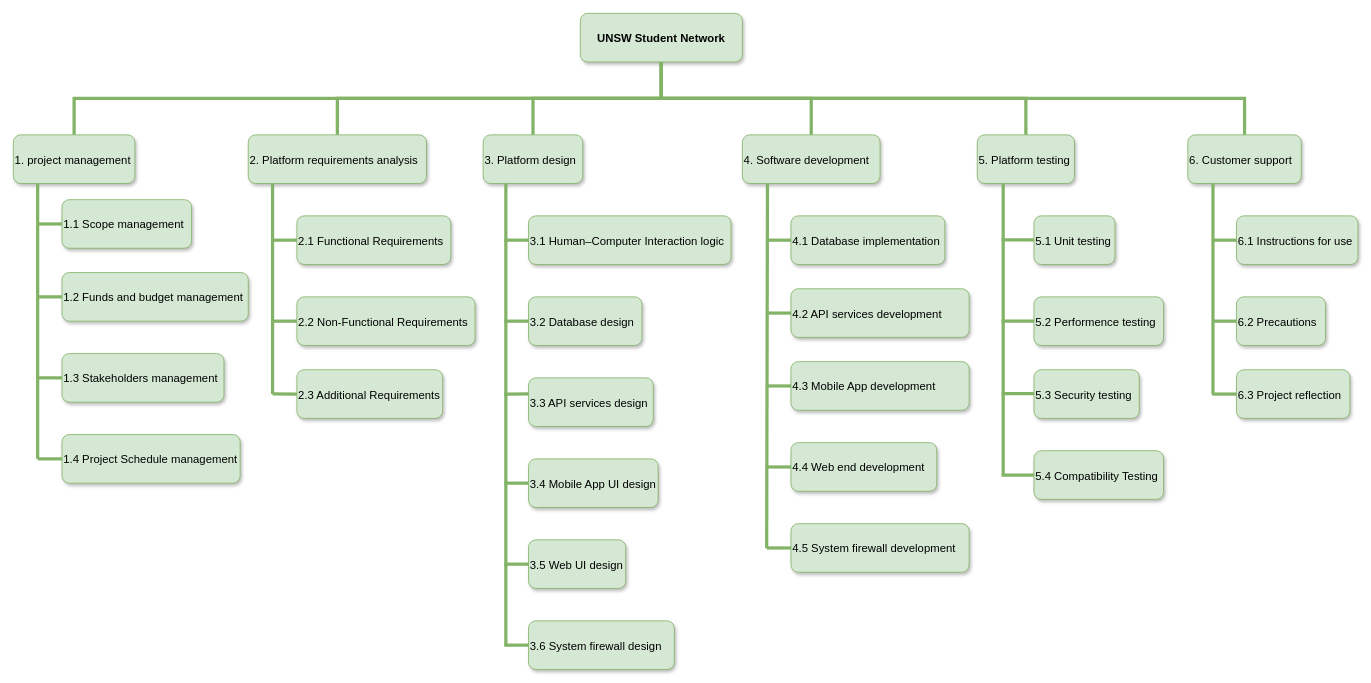
Before: 未命名绘图.drawio in zhangnailiang/ER, a draw.io diagram. Source tidied: cells renumbered, new cells numbered last; positions are measured from the earlier drawing's top-left corner, leaving out a move shared by most shapes. Both pictures are drawn from the tidied source at 81%, with x=0, y=0 at pixel (13, 13).
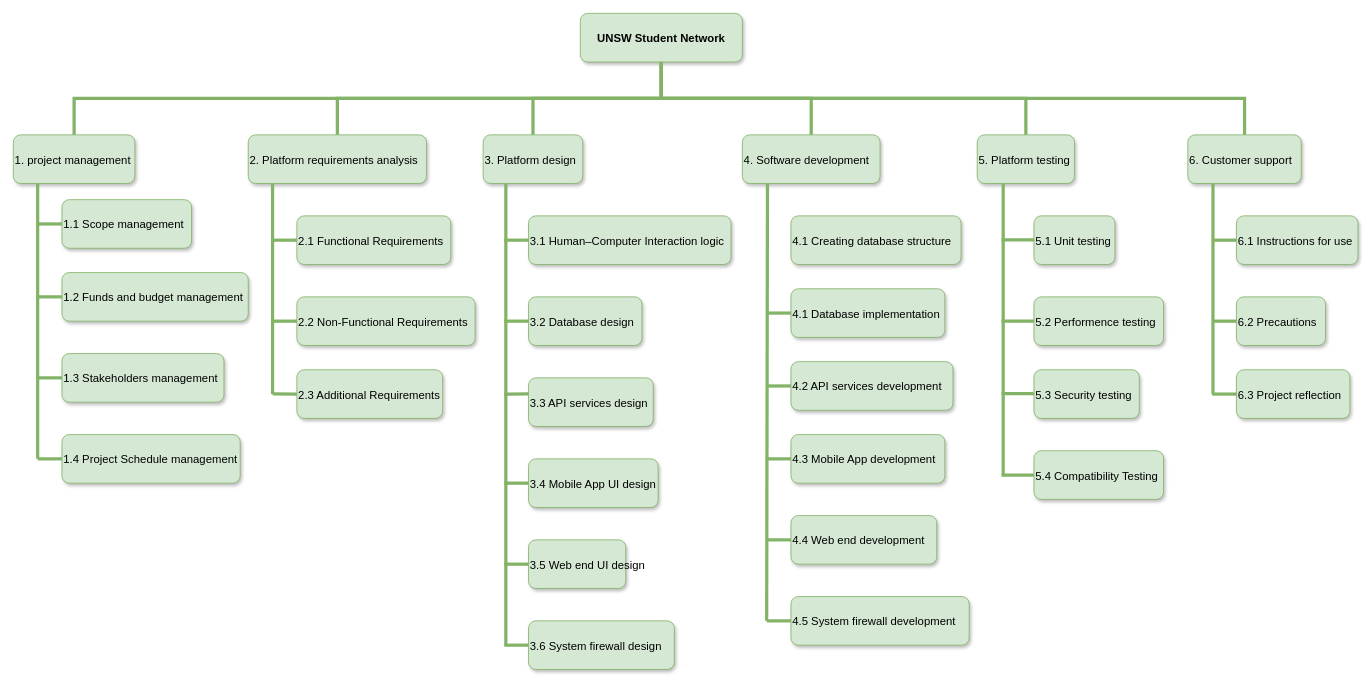
After the change.

Change to the diagram source:
```diff
@@
-    <mxCell id="15" value="3.5 Web UI design" style="rounded=1;fillColor=#d5e8d4;strokeColor=#82B366;shadow=1;fontStyle=0;fontSize=14;align=left;" parent="1" vertex="1">
+    <mxCell id="15" value="3.5 Web end UI design" style="rounded=1;fillColor=#d5e8d4;strokeColor=#82B366;shadow=1;fontStyle=0;fontSize=14;align=left;" parent="1" vertex="1">
       <mxGeometry x="636" y="650" width="120" height="60" as="geometry" />
     </mxCell>
@@
     <mxCell id="26" value="4.5 System firewall development" style="rounded=1;fillColor=#d5e8d4;strokeColor=#82b366;shadow=1;fontStyle=0;fontSize=14;align=left;" parent="1" vertex="1">
-      <mxGeometry x="960" y="630" width="220" height="60" as="geometry" />
+      <mxGeometry x="960" y="720" width="220" height="60" as="geometry" />
     </mxCell>
@@
     <mxCell id="31" value="4.4 Web end development" style="rounded=1;fillColor=#d5e8d4;strokeColor=#82B366;shadow=1;fontStyle=0;fontSize=14;align=left;" parent="1" vertex="1">
-      <mxGeometry x="960" y="530" width="180" height="60" as="geometry" />
+      <mxGeometry x="960" y="620" width="180" height="60" as="geometry" />
     </mxCell>
     <mxCell id="32" style="endArrow=none;html=1;rounded=1;strokeColor=#82B366;strokeWidth=4;endFill=0;exitX=0.25;exitY=1;exitDx=0;exitDy=0;fontStyle=0;align=left;" parent="1" edge="1">
       <mxGeometry relative="1" as="geometry">
         <mxPoint x="931" y="210" as="sourcePoint" />
-        <mxPoint x="930" y="660" as="targetPoint" />
+        <mxPoint x="930" y="750" as="targetPoint" />
       </mxGeometry>
     </mxCell>
     <mxCell id="33" value="4.3 Mobile App development" style="rounded=1;fillColor=#d5e8d4;strokeColor=#82B366;shadow=1;fontStyle=0;fontSize=14;align=left;" parent="1" vertex="1">
-      <mxGeometry x="960" y="430" width="220" height="60" as="geometry" />
+      <mxGeometry x="960" y="520" width="190" height="60" as="geometry" />
     </mxCell>
     <mxCell id="34" value="4.1 Database implementation" style="rounded=1;fillColor=#d5e8d4;strokeColor=#82B366;shadow=1;fontStyle=0;fontSize=14;align=left;" parent="1" vertex="1">
-      <mxGeometry x="960" y="250" width="190" height="60" as="geometry" />
+      <mxGeometry x="960" y="340" width="190" height="60" as="geometry" />
     </mxCell>
@@
     <mxCell id="66" value="4.2 API services development" style="rounded=1;fillColor=#d5e8d4;strokeColor=#82B366;shadow=1;fontStyle=0;fontSize=14;align=left;" parent="1" vertex="1">
-      <mxGeometry x="960" y="340" width="220" height="60" as="geometry" />
+      <mxGeometry x="960" y="430" width="200" height="60" as="geometry" />
     </mxCell>
     <mxCell id="67" style="endArrow=none;html=1;rounded=1;entryX=0;entryY=0.5;entryDx=0;entryDy=0;strokeColor=#82B366;strokeWidth=4;endFill=0;fontStyle=0;align=left;" parent="1" edge="1" target="34">
       <mxGeometry relative="1" as="geometry">
-        <mxPoint x="930" y="280" as="sourcePoint" />
+        <mxPoint x="930" y="370" as="sourcePoint" />
       </mxGeometry>
     </mxCell>
     <mxCell id="68" style="endArrow=none;html=1;rounded=1;entryX=0;entryY=0.5;entryDx=0;entryDy=0;strokeColor=#82B366;strokeWidth=4;endFill=0;fontStyle=0;align=left;" parent="1" edge="1" target="66">
       <mxGeometry relative="1" as="geometry">
-        <mxPoint x="930" y="370" as="sourcePoint" />
+        <mxPoint x="930" y="460" as="sourcePoint" />
       </mxGeometry>
     </mxCell>
     <mxCell id="69" style="endArrow=none;html=1;rounded=1;entryX=0;entryY=0.5;entryDx=0;entryDy=0;strokeColor=#82B366;strokeWidth=4;endFill=0;fontStyle=0;align=left;" parent="1" edge="1" target="33">
       <mxGeometry relative="1" as="geometry">
-        <mxPoint x="930" y="460" as="sourcePoint" />
+        <mxPoint x="930" y="550" as="sourcePoint" />
       </mxGeometry>
     </mxCell>
     <mxCell id="70" style="endArrow=none;html=1;rounded=1;entryX=0;entryY=0.5;entryDx=0;entryDy=0;strokeColor=#82B366;strokeWidth=4;endFill=0;fontStyle=0;align=left;" parent="1" edge="1" target="31">
       <mxGeometry relative="1" as="geometry">
-        <mxPoint x="930" y="560" as="sourcePoint" />
+        <mxPoint x="930" y="650" as="sourcePoint" />
       </mxGeometry>
     </mxCell>
     <mxCell id="71" style="endArrow=none;html=1;rounded=1;entryX=0;entryY=0.5;entryDx=0;entryDy=0;strokeColor=#82B366;strokeWidth=4;endFill=0;fontStyle=0;align=left;" parent="1" edge="1" target="26">
       <mxGeometry relative="1" as="geometry">
-        <mxPoint x="930" y="660" as="sourcePoint" />
+        <mxPoint x="930" y="750" as="sourcePoint" />
       </mxGeometry>
     </mxCell>
+    <mxCell id="72" value="4.1 Creating database structure" style="rounded=1;fillColor=#d5e8d4;strokeColor=#82B366;shadow=1;fontStyle=0;fontSize=14;align=left;" parent="1" vertex="1">
+      <mxGeometry x="960" y="250" width="210" height="60" as="geometry" />
+    </mxCell>
```
